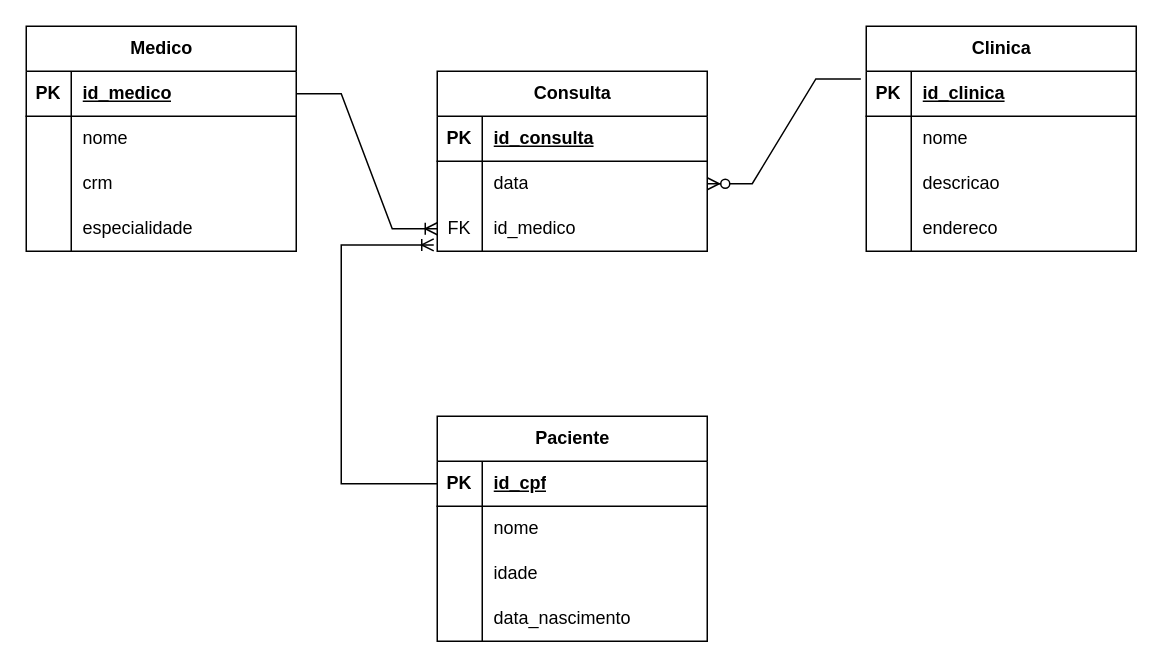
Above: page "logica-Clinica" (3 of 6) of ModelagemECommerce2.drawio in matheusbeckerstanzione/Projeto_banco_de_dados (draw.io), before the change. Source tidied: cells renumbered, new cells numbered last; positions are measured from the earlier drawing's top-left corner, leaving out a move shared by most shapes. Both pictures are drawn from the tidied source at 150%, with x=0, y=0 at pixel (26, 26).
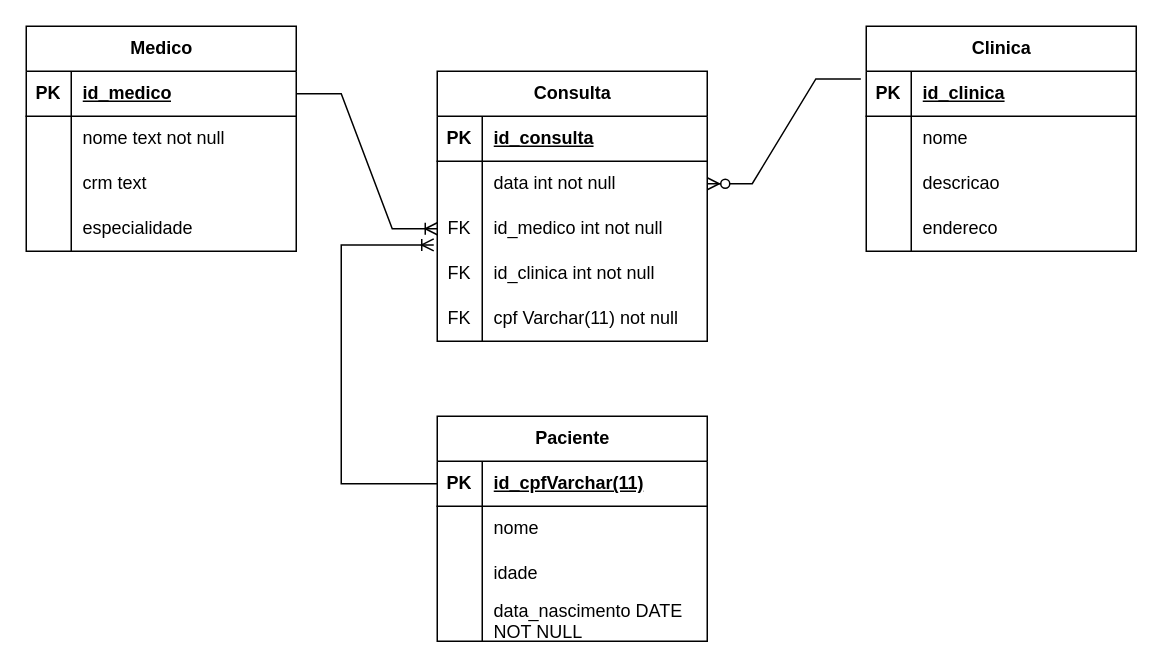
The same diagram, later.

Unchanged cells that the change refers to:
```xml
<mxCell id="6" style="shape=tableRow;horizontal=0;startSize=0;swimlaneHead=0;swimlaneBody=0;fillColor=none;top=0;left=0;right=0;bottom=0;" parent="2" vertex="1">
  <mxGeometry y="60" width="180" height="30" as="geometry" />
</mxCell>
<mxCell id="9" style="shape=tableRow;horizontal=0;startSize=0;swimlaneHead=0;swimlaneBody=0;fillColor=none;top=0;left=0;right=0;bottom=0;" parent="2" vertex="1">
  <mxGeometry y="90" width="180" height="30" as="geometry" />
</mxCell>
<mxCell id="19" style="shape=tableRow;horizontal=0;startSize=0;swimlaneHead=0;swimlaneBody=0;fillColor=none;points=[[0,0.5],[1,0.5]];portConstraint=eastwest;top=0;left=0;right=0;bottom=0;" parent="15" vertex="1">
  <mxGeometry y="60" width="180" height="30" as="geometry" />
</mxCell>
<mxCell id="22" style="shape=tableRow;horizontal=0;startSize=0;swimlaneHead=0;swimlaneBody=0;fillColor=none;points=[[0,0.5],[1,0.5]];portConstraint=eastwest;top=0;left=0;right=0;bottom=0;" parent="15" vertex="1">
  <mxGeometry y="90" width="180" height="30" as="geometry" />
</mxCell>
<mxCell id="41" style="shape=tableRow;horizontal=0;startSize=0;swimlaneHead=0;swimlaneBody=0;fillColor=none;points=[[0,0.5],[1,0.5]];portConstraint=eastwest;top=0;left=0;right=0;bottom=1;" parent="40" vertex="1">
  <mxGeometry y="30" width="180" height="30" as="geometry" />
</mxCell>
<mxCell id="50" style="shape=tableRow;horizontal=0;startSize=0;swimlaneHead=0;swimlaneBody=0;fillColor=none;top=0;left=0;right=0;bottom=0;" parent="40" vertex="1">
  <mxGeometry y="120" width="180" height="30" as="geometry" />
</mxCell>
```

What changed in the source:
```diff
@@
-    <mxCell id="8" value="nome" style="shape=partialRectangle;fillColor=none;top=0;left=0;bottom=0;right=0;align=left;spacingLeft=6;overflow=hidden;whiteSpace=wrap;html=1;" parent="6" vertex="1">
+    <mxCell id="8" value="nome text not null" style="shape=partialRectangle;fillColor=none;top=0;left=0;bottom=0;right=0;align=left;spacingLeft=6;overflow=hidden;whiteSpace=wrap;html=1;" parent="6" vertex="1">
       <mxGeometry x="30" width="150" height="30" as="geometry" />
     </mxCell>
@@
-    <mxCell id="11" value="crm" style="shape=partialRectangle;fillColor=none;top=0;left=0;bottom=0;right=0;align=left;spacingLeft=6;overflow=hidden;whiteSpace=wrap;html=1;" parent="9" vertex="1">
+    <mxCell id="11" value="crm text" style="shape=partialRectangle;fillColor=none;top=0;left=0;bottom=0;right=0;align=left;spacingLeft=6;overflow=hidden;whiteSpace=wrap;html=1;" parent="9" vertex="1">
       <mxGeometry x="30" width="150" height="30" as="geometry" />
     </mxCell>
@@
     <mxCell id="15" value="Consulta" style="shape=table;startSize=30;childLayout=tableLayout;rowLines=0;fontStyle=1;align=center;html=1;" parent="1" vertex="1">
-      <mxGeometry x="274" y="30" width="180" height="120" as="geometry" />
+      <mxGeometry x="274" y="30" width="180" height="180" as="geometry" />
     </mxCell>
@@
-    <mxCell id="21" value="data" style="shape=partialRectangle;fillColor=none;top=0;left=0;bottom=0;right=0;align=left;spacingLeft=6;overflow=hidden;whiteSpace=wrap;html=1;" parent="19" vertex="1">
+    <mxCell id="21" value="data int not null" style="shape=partialRectangle;fillColor=none;top=0;left=0;bottom=0;right=0;align=left;spacingLeft=6;overflow=hidden;whiteSpace=wrap;html=1;" parent="19" vertex="1">
       <mxGeometry x="30" width="150" height="30" as="geometry" />
     </mxCell>
@@
-    <mxCell id="24" value="id_medico" style="shape=partialRectangle;fillColor=none;top=0;left=0;bottom=0;right=0;align=left;spacingLeft=6;overflow=hidden;whiteSpace=wrap;html=1;" parent="22" vertex="1">
+    <mxCell id="24" value="id_medico int not null" style="shape=partialRectangle;fillColor=none;top=0;left=0;bottom=0;right=0;align=left;spacingLeft=6;overflow=hidden;whiteSpace=wrap;html=1;" parent="22" vertex="1">
       <mxGeometry x="30" width="150" height="30" as="geometry" />
     </mxCell>
+    <mxCell id="54" style="shape=tableRow;horizontal=0;startSize=0;swimlaneHead=0;swimlaneBody=0;fillColor=none;top=0;left=0;right=0;bottom=0;" parent="15" vertex="1">
+      <mxGeometry y="120" width="180" height="30" as="geometry" />
+    </mxCell>
+    <mxCell id="55" value="FK" style="shape=partialRectangle;fillColor=none;top=0;left=0;bottom=0;right=0;overflow=hidden;whiteSpace=wrap;html=1;" parent="54" vertex="1">
+      <mxGeometry width="30" height="30" as="geometry" />
+    </mxCell>
+    <mxCell id="56" value="id_clinica int not null" style="shape=partialRectangle;fillColor=none;top=0;left=0;bottom=0;right=0;align=left;spacingLeft=6;overflow=hidden;whiteSpace=wrap;html=1;" parent="54" vertex="1">
+      <mxGeometry x="30" width="150" height="30" as="geometry" />
+    </mxCell>
+    <mxCell id="57" style="shape=tableRow;horizontal=0;startSize=0;swimlaneHead=0;swimlaneBody=0;fillColor=none;top=0;left=0;right=0;bottom=0;" parent="15" vertex="1">
+      <mxGeometry y="150" width="180" height="30" as="geometry" />
+    </mxCell>
+    <mxCell id="58" value="FK" style="shape=partialRectangle;fillColor=none;top=0;left=0;bottom=0;right=0;overflow=hidden;whiteSpace=wrap;html=1;" parent="57" vertex="1">
+      <mxGeometry width="30" height="30" as="geometry" />
+    </mxCell>
+    <mxCell id="59" value="cpf Varchar(11) not null" style="shape=partialRectangle;fillColor=none;top=0;left=0;bottom=0;right=0;align=left;spacingLeft=6;overflow=hidden;whiteSpace=wrap;html=1;" parent="57" vertex="1">
+      <mxGeometry x="30" width="150" height="30" as="geometry" />
+    </mxCell>
@@
-    <mxCell id="43" value="id_cpf" style="shape=partialRectangle;fillColor=none;top=0;left=0;bottom=0;right=0;align=left;spacingLeft=6;fontStyle=5;overflow=hidden;whiteSpace=wrap;html=1;" parent="41" vertex="1">
+    <mxCell id="43" value="id_cpfVarchar(11)" style="shape=partialRectangle;fillColor=none;top=0;left=0;bottom=0;right=0;align=left;spacingLeft=6;fontStyle=5;overflow=hidden;whiteSpace=wrap;html=1;" parent="41" vertex="1">
       <mxGeometry x="30" width="150" height="30" as="geometry" />
     </mxCell>
@@
-    <mxCell id="52" value="data_nascimento" style="shape=partialRectangle;fillColor=none;top=0;left=0;bottom=0;right=0;align=left;spacingLeft=6;overflow=hidden;whiteSpace=wrap;html=1;" parent="50" vertex="1">
+    <mxCell id="52" value="data_nascimento DATE NOT NULL" style="shape=partialRectangle;fillColor=none;top=0;left=0;bottom=0;right=0;align=left;spacingLeft=6;overflow=hidden;whiteSpace=wrap;html=1;" parent="50" vertex="1">
       <mxGeometry x="30" width="150" height="30" as="geometry" />
     </mxCell>
```
